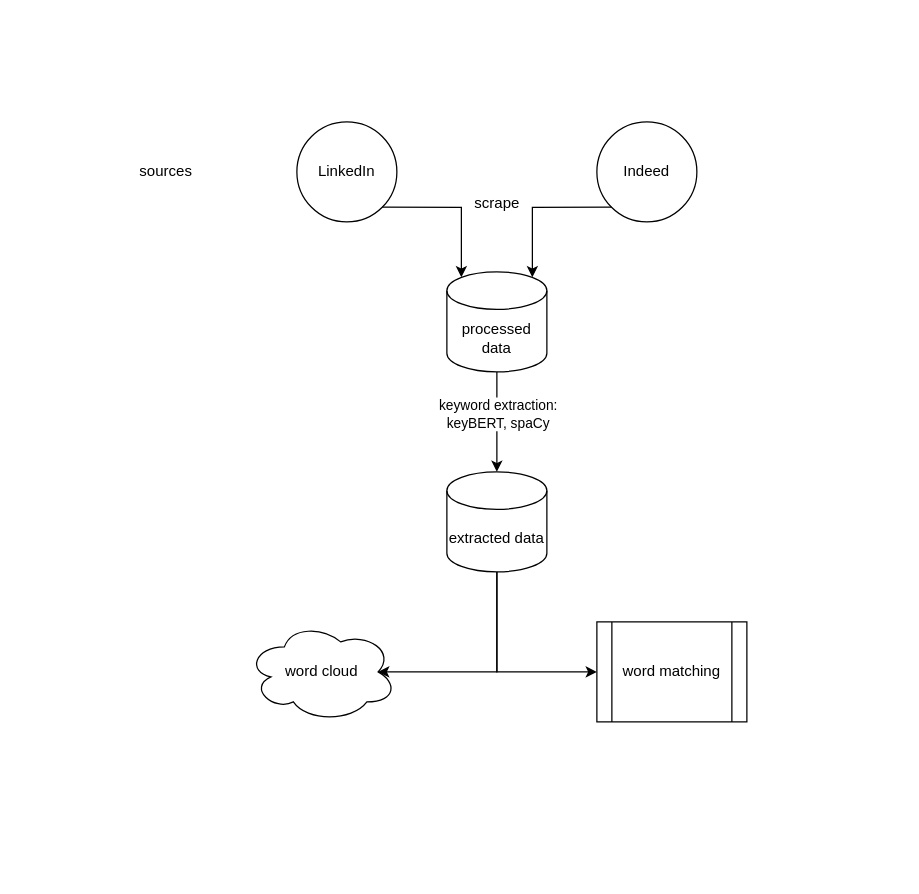
Earlier version of the draw.io diagram software-architecture.drawio (kelvinxuande/job-scrapers). Source tidied: cells renumbered, new cells numbered last; positions are measured from the earlier drawing's top-left corner, leaving out a move shared by most shapes. Both pictures are drawn from the tidied source at 125%, with x=0, y=0 at pixel (121, 121).
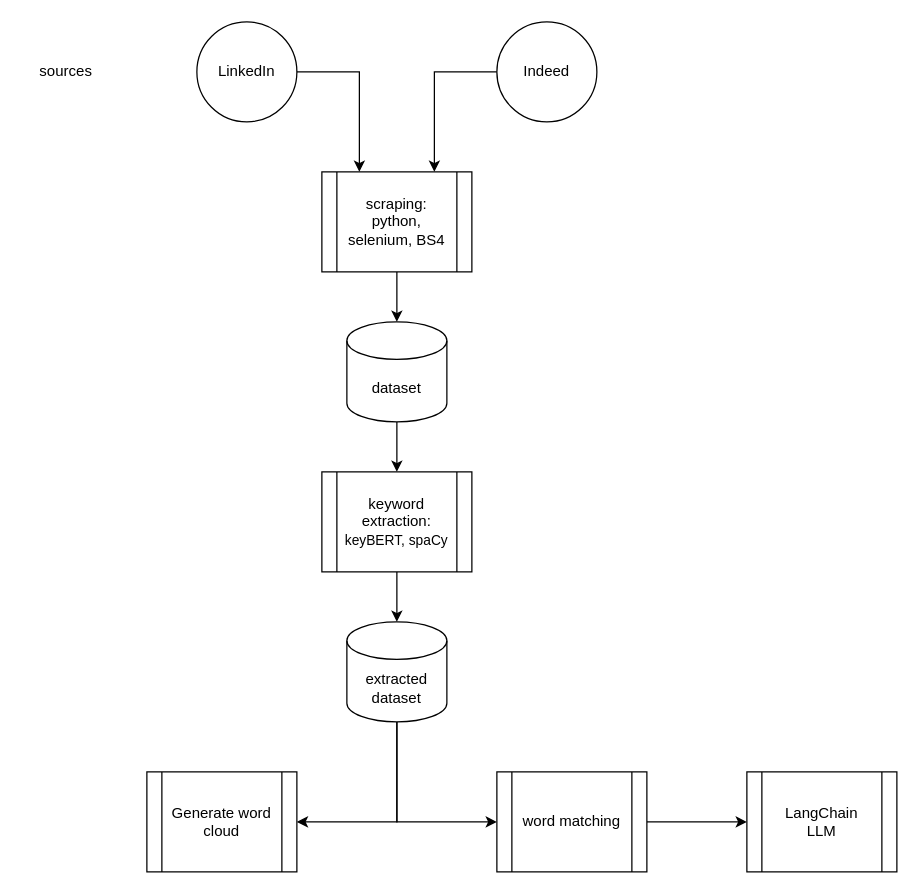
The same page after the edit.

Diff of the diagram source:
```diff
@@
+    <mxCell id="16" style="edgeStyle=orthogonalEdgeStyle;rounded=0;jettySize=auto;html=1;exitX=1;exitY=0.5;exitDx=0;exitDy=0;entryX=0.25;entryY=0;entryDx=0;entryDy=0;" parent="1" edge="1" source="2" target="23">
+      <mxGeometry relative="1" as="geometry" />
+    </mxCell>
     <mxCell id="2" value="LinkedIn" style="ellipse;whiteSpace=wrap;html=1;" parent="1" vertex="1">
-      <mxGeometry x="140" width="80" height="80" as="geometry" />
+      <mxGeometry x="60" y="-80" width="80" height="80" as="geometry" />
     </mxCell>
+    <mxCell id="17" style="edgeStyle=orthogonalEdgeStyle;rounded=0;jettySize=auto;html=1;exitX=0;exitY=0.5;exitDx=0;exitDy=0;entryX=0.75;entryY=0;entryDx=0;entryDy=0;" parent="1" edge="1" source="3" target="23">
+      <mxGeometry relative="1" as="geometry" />
+    </mxCell>
     <mxCell id="3" value="Indeed" style="ellipse;whiteSpace=wrap;html=1;" parent="1" vertex="1">
-      <mxGeometry x="380" width="80" height="80" as="geometry" />
+      <mxGeometry x="300" y="-80" width="80" height="80" as="geometry" />
     </mxCell>
+    <mxCell id="18" style="edgeStyle=orthogonalEdgeStyle;rounded=0;jettySize=auto;html=1;exitX=0.5;exitY=1;exitDx=0;exitDy=0;exitPerimeter=0;entryX=0.5;entryY=0;entryDx=0;entryDy=0;" parent="1" edge="1" source="4" target="11">
+      <mxGeometry relative="1" as="geometry" />
+    </mxCell>
-    <mxCell id="4" value="processed&lt;br&gt;data" style="shape=cylinder3;whiteSpace=wrap;html=1;boundedLbl=1;backgroundOutline=1;size=15;" parent="1" vertex="1">
-      <mxGeometry x="260" y="120" width="80" height="80" as="geometry" />
+    <mxCell id="4" value="dataset" style="shape=cylinder3;whiteSpace=wrap;html=1;boundedLbl=1;backgroundOutline=1;size=15;" parent="1" vertex="1">
+      <mxGeometry x="180" y="160" width="80" height="80" as="geometry" />
     </mxCell>
-    <mxCell id="5" style="edgeStyle=orthogonalEdgeStyle;rounded=0;jettySize=auto;html=1;exitX=1;exitY=1;exitDx=0;exitDy=0;entryX=0.145;entryY=0;entryDx=0;entryDy=4.35;entryPerimeter=0;" parent="1" edge="1" source="2" target="4">
-      <mxGeometry relative="1" as="geometry" />
-    </mxCell>
-    <mxCell id="6" style="edgeStyle=orthogonalEdgeStyle;rounded=0;jettySize=auto;html=1;exitX=0;exitY=1;exitDx=0;exitDy=0;entryX=0.855;entryY=0;entryDx=0;entryDy=4.35;entryPerimeter=0;" parent="1" edge="1" source="3" target="4">
-      <mxGeometry relative="1" as="geometry" />
-    </mxCell>
     <mxCell id="7" value="sources" style="text;html=1;align=center;verticalAlign=middle;strokeColor=none;fillColor=none;" parent="1" vertex="1">
-      <mxGeometry y="25" width="70" height="30" as="geometry" />
+      <mxGeometry x="-80" y="-55" width="70" height="30" as="geometry" />
     </mxCell>
@@
-    <mxCell id="9" value="extracted data" style="shape=cylinder3;whiteSpace=wrap;html=1;boundedLbl=1;backgroundOutline=1;size=15;" parent="1" vertex="1">
-      <mxGeometry x="260" y="280" width="80" height="80" as="geometry" />
+    <mxCell id="9" value="extracted&lt;br&gt;dataset" style="shape=cylinder3;whiteSpace=wrap;html=1;boundedLbl=1;backgroundOutline=1;size=15;" parent="1" vertex="1">
+      <mxGeometry x="180" y="400" width="80" height="80" as="geometry" />
     </mxCell>
-    <mxCell id="10" style="edgeStyle=orthogonalEdgeStyle;rounded=0;jettySize=auto;html=1;exitX=0.5;exitY=1;exitDx=0;exitDy=0;exitPerimeter=0;entryX=0.5;entryY=0;entryDx=0;entryDy=0;entryPerimeter=0;" parent="1" edge="1" source="4" target="9">
-      <mxGeometry relative="1" as="geometry" />
-    </mxCell>
-    <mxCell id="11" value="keyword extraction:&lt;br&gt;keyBERT, spaCy" style="edgeLabel;html=1;align=center;verticalAlign=middle;points=[];" parent="10" vertex="1">
-      <mxGeometry x="-0.17" relative="1" as="geometry" />
-    </mxCell>
-    <mxCell id="12" value="scrape" style="text;html=1;align=center;verticalAlign=middle;strokeColor=none;fillColor=none;" parent="1" vertex="1">
-      <mxGeometry x="270" y="50" width="60" height="30" as="geometry" />
-    </mxCell>
-    <mxCell id="13" value="word cloud" style="ellipse;shape=cloud;whiteSpace=wrap;html=1;" parent="1" vertex="1">
-      <mxGeometry x="100" y="400" width="120" height="80" as="geometry" />
-    </mxCell>
+    <mxCell id="19" style="edgeStyle=orthogonalEdgeStyle;rounded=0;jettySize=auto;html=1;exitX=1;exitY=0.5;exitDx=0;exitDy=0;entryX=0;entryY=0.5;entryDx=0;entryDy=0;" parent="1" edge="1" source="14" target="20">
+      <mxGeometry relative="1" as="geometry" />
+    </mxCell>
     <mxCell id="14" value="word matching" style="shape=process;whiteSpace=wrap;html=1;backgroundOutline=1;" parent="1" vertex="1">
-      <mxGeometry x="380" y="400" width="120" height="80" as="geometry" />
+      <mxGeometry x="300" y="520" width="120" height="80" as="geometry" />
     </mxCell>
-    <mxCell id="15" style="edgeStyle=orthogonalEdgeStyle;rounded=0;jettySize=auto;html=1;exitX=0.5;exitY=1;exitDx=0;exitDy=0;exitPerimeter=0;entryX=0.875;entryY=0.5;entryDx=0;entryDy=0;entryPerimeter=0;" parent="1" edge="1" source="9" target="13">
+    <mxCell id="15" style="edgeStyle=orthogonalEdgeStyle;rounded=0;jettySize=auto;html=1;exitX=0.5;exitY=1;exitDx=0;exitDy=0;exitPerimeter=0;entryX=1;entryY=0.5;entryDx=0;entryDy=0;" parent="1" edge="1" source="9" target="21">
       <mxGeometry relative="1" as="geometry">
         <Array as="points">
-          <mxPoint x="300" y="440" />
+          <mxPoint x="220" y="560" />
         </Array>
       </mxGeometry>
     </mxCell>
+    <mxCell id="20" value="LangChain&lt;br&gt;LLM" style="shape=process;whiteSpace=wrap;html=1;backgroundOutline=1;" parent="1" vertex="1">
+      <mxGeometry x="500" y="520" width="120" height="80" as="geometry" />
+    </mxCell>
+    <mxCell id="11" value="keyword extraction:&lt;br style=&quot;border-color: var(--border-color); font-size: 11px;&quot;&gt;&lt;span style=&quot;font-size: 11px; background-color: rgb(255, 255, 255);&quot;&gt;keyBERT, spaCy&lt;/span&gt;" style="shape=process;whiteSpace=wrap;html=1;backgroundOutline=1;" parent="1" vertex="1">
+      <mxGeometry x="160" y="280" width="120" height="80" as="geometry" />
+    </mxCell>
+    <mxCell id="21" value="Generate word cloud" style="shape=process;whiteSpace=wrap;html=1;backgroundOutline=1;" parent="1" vertex="1">
+      <mxGeometry x="20" y="520" width="120" height="80" as="geometry" />
+    </mxCell>
+    <mxCell id="22" style="edgeStyle=orthogonalEdgeStyle;rounded=0;jettySize=auto;html=1;exitX=0.5;exitY=1;exitDx=0;exitDy=0;entryX=0.5;entryY=0;entryDx=0;entryDy=0;entryPerimeter=0;" parent="1" edge="1" source="11" target="9">
+      <mxGeometry relative="1" as="geometry" />
+    </mxCell>
+    <mxCell id="23" value="scraping: &lt;br&gt;python, selenium, BS4" style="shape=process;whiteSpace=wrap;html=1;backgroundOutline=1;" parent="1" vertex="1">
+      <mxGeometry x="160" y="40" width="120" height="80" as="geometry" />
+    </mxCell>
+    <mxCell id="24" style="edgeStyle=orthogonalEdgeStyle;rounded=0;jettySize=auto;html=1;exitX=0.5;exitY=1;exitDx=0;exitDy=0;entryX=0.5;entryY=0;entryDx=0;entryDy=0;entryPerimeter=0;" parent="1" edge="1" source="23" target="4">
+      <mxGeometry relative="1" as="geometry" />
+    </mxCell>
```
